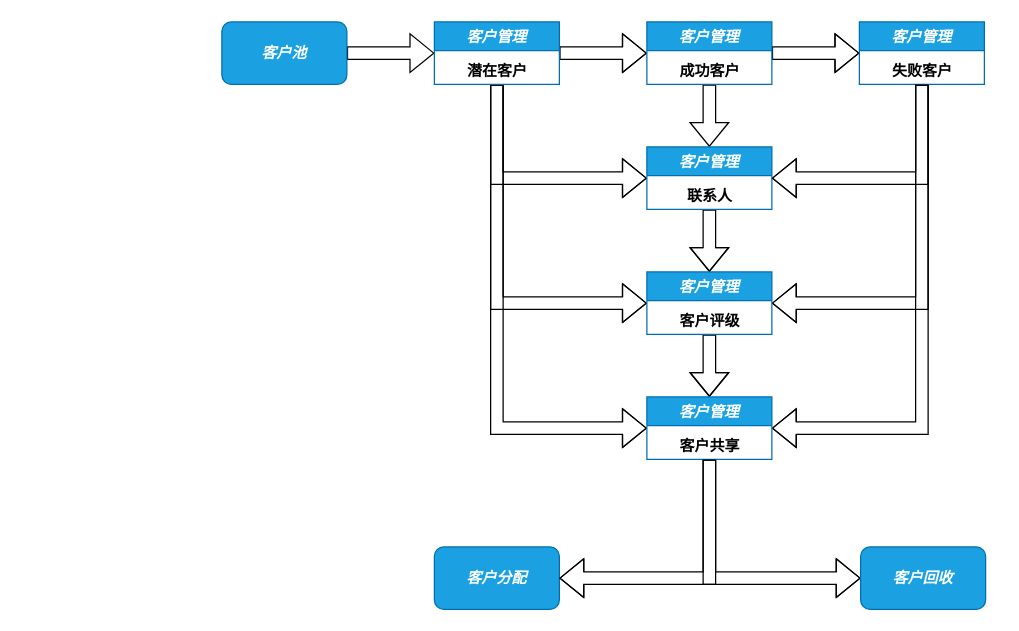
Earlier version of the draw.io diagram page "客户管理" (2 of 3) of Untitled Diagram.drawio (rosickyli/Oracle_function). Source tidied: cells renumbered, new cells numbered last; positions are measured from the earlier drawing's top-left corner, leaving out a move shared by most shapes. Both pictures are drawn from the tidied source at 125%, with x=0, y=0 at pixel (221, 21).
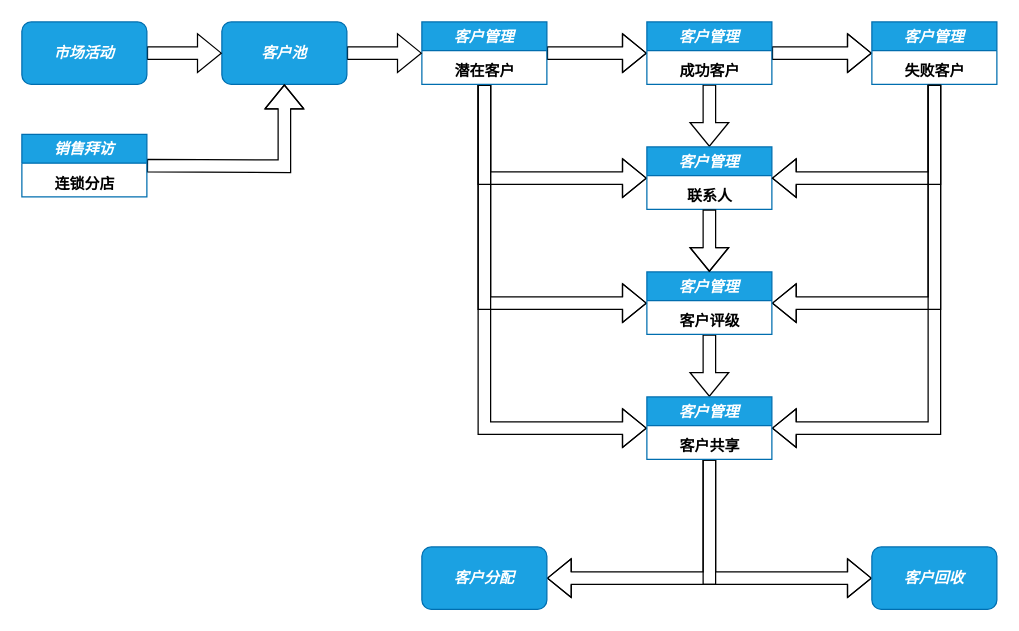
The same page after the edit.

The change refers to these unchanged cells:
```xml
<mxCell id="8" value="&lt;b&gt;潜在客户&lt;/b&gt;" style="text;html=1;align=center;verticalAlign=middle;points=[];strokeColor=none;fillColor=none;" parent="7" vertex="1">
  <mxGeometry x="20" y="30" width="60" height="20" as="geometry" />
</mxCell>
<mxCell id="11" value="客户管理" style="swimlane;fontStyle=3;fillColor=#1ba1e2;strokeColor=#006EAF;fontColor=#ffffff;" parent="1" vertex="1">
  <mxGeometry x="340" width="100" height="50" as="geometry" />
</mxCell>
<mxCell id="16" value="&lt;b&gt;失败客户&lt;/b&gt;" style="text;html=1;align=center;verticalAlign=middle;points=[];strokeColor=none;fillColor=none;" parent="15" vertex="1">
  <mxGeometry x="20" y="30" width="60" height="20" as="geometry" />
</mxCell>
<mxCell id="18" value="客户管理" style="swimlane;fontStyle=3;fillColor=#1ba1e2;strokeColor=#006EAF;fontColor=#ffffff;" parent="1" vertex="1">
  <mxGeometry x="340" y="100" width="100" height="50" as="geometry" />
</mxCell>
<mxCell id="19" value="&lt;b&gt;联系人&lt;/b&gt;" style="text;html=1;align=center;verticalAlign=middle;points=[];strokeColor=none;fillColor=none;" parent="18" vertex="1">
  <mxGeometry x="25" y="30" width="50" height="20" as="geometry" />
</mxCell>
<mxCell id="24" value="客户管理" style="swimlane;fontStyle=3;fillColor=#1ba1e2;strokeColor=#006EAF;fontColor=#ffffff;" parent="1" vertex="1">
  <mxGeometry x="340" y="300" width="100" height="50" as="geometry" />
</mxCell>
<mxCell id="25" value="&lt;b&gt;客户共享&lt;/b&gt;" style="text;html=1;align=center;verticalAlign=middle;points=[];strokeColor=none;fillColor=none;" parent="24" vertex="1">
  <mxGeometry x="20" y="30" width="60" height="20" as="geometry" />
</mxCell>
<mxCell id="30" value="客户池" style="rounded=1;whiteSpace=wrap;html=1;fontColor=#ffffff;fillColor=#1ba1e2;strokeColor=#006EAF;fontStyle=3;" parent="1" vertex="1">
  <mxGeometry width="100" height="50" as="geometry" />
</mxCell>
```

Diff of the diagram source:
```diff
@@
-    <mxCell id="2" style="edgeStyle=orthogonalEdgeStyle;shape=flexArrow;rounded=0;orthogonalLoop=1;jettySize=auto;html=1;" parent="1" edge="1">
-      <mxGeometry relative="1" as="geometry">
-        <mxPoint x="100" y="25" as="sourcePoint" />
-        <mxPoint x="170" y="25" as="targetPoint" />
-      </mxGeometry>
-    </mxCell>
@@
     <mxCell id="4" style="edgeStyle=orthogonalEdgeStyle;shape=flexArrow;rounded=0;jettySize=auto;html=1;entryX=0;entryY=0.5;entryDx=0;entryDy=0;" parent="1" edge="1" source="7" target="21">
       <mxGeometry relative="1" as="geometry">
         <Array as="points">
-          <mxPoint x="220" y="225" />
+          <mxPoint x="210" y="225" />
         </Array>
       </mxGeometry>
     </mxCell>
     <mxCell id="5" style="edgeStyle=orthogonalEdgeStyle;shape=flexArrow;rounded=0;jettySize=auto;html=1;entryX=0;entryY=0.5;entryDx=0;entryDy=0;" parent="1" edge="1" source="7" target="24">
       <mxGeometry relative="1" as="geometry">
         <Array as="points">
-          <mxPoint x="220" y="325" />
+          <mxPoint x="210" y="325" />
         </Array>
       </mxGeometry>
     </mxCell>
-    <mxCell id="6" style="edgeStyle=orthogonalEdgeStyle;shape=flexArrow;rounded=0;jettySize=auto;html=1;entryX=0;entryY=0.5;entryDx=0;entryDy=0;" parent="1" edge="1" source="7" target="18">
+    <mxCell id="6" style="edgeStyle=orthogonalEdgeStyle;shape=flexArrow;rounded=0;jettySize=auto;html=1;entryX=0;entryY=0.5;entryDx=0;entryDy=0;exitX=0.5;exitY=1;exitDx=0;exitDy=0;exitPerimeter=0;" parent="1" edge="1" source="8" target="18">
       <mxGeometry relative="1" as="geometry">
         <Array as="points">
-          <mxPoint x="220" y="125" />
+          <mxPoint x="210" y="125" />
         </Array>
       </mxGeometry>
     </mxCell>
     <mxCell id="7" value="客户管理" style="swimlane;fontStyle=3;fillColor=#1ba1e2;strokeColor=#006EAF;fontColor=#ffffff;" parent="1" vertex="1">
-      <mxGeometry x="170" width="100" height="50" as="geometry" />
+      <mxGeometry x="160" width="100" height="50" as="geometry" />
     </mxCell>
@@
     <mxCell id="9" style="edgeStyle=orthogonalEdgeStyle;shape=flexArrow;rounded=0;jettySize=auto;html=1;" parent="1" edge="1" source="11">
       <mxGeometry relative="1" as="geometry">
-        <mxPoint x="510" y="25" as="targetPoint" />
+        <mxPoint x="520" y="25" as="targetPoint" />
       </mxGeometry>
     </mxCell>
@@
-    <mxCell id="13" style="edgeStyle=orthogonalEdgeStyle;shape=flexArrow;rounded=0;jettySize=auto;html=1;entryX=1;entryY=0.5;entryDx=0;entryDy=0;" parent="1" edge="1" source="15" target="21">
+    <mxCell id="13" style="edgeStyle=orthogonalEdgeStyle;shape=flexArrow;rounded=0;jettySize=auto;html=1;" parent="1" edge="1" source="15">
       <mxGeometry relative="1" as="geometry">
+        <mxPoint x="440" y="225" as="targetPoint" />
         <Array as="points">
-          <mxPoint x="560" y="225" />
+          <mxPoint x="570" y="225" />
         </Array>
       </mxGeometry>
     </mxCell>
-    <mxCell id="14" style="edgeStyle=orthogonalEdgeStyle;shape=flexArrow;rounded=0;jettySize=auto;html=1;entryX=1;entryY=0.5;entryDx=0;entryDy=0;" parent="1" edge="1" source="15" target="24">
+    <mxCell id="14" style="edgeStyle=orthogonalEdgeStyle;shape=flexArrow;rounded=0;jettySize=auto;html=1;" parent="1" edge="1" source="15">
       <mxGeometry relative="1" as="geometry">
+        <mxPoint x="440" y="325" as="targetPoint" />
         <Array as="points">
-          <mxPoint x="560" y="325" />
+          <mxPoint x="570" y="325" />
         </Array>
       </mxGeometry>
     </mxCell>
     <mxCell id="15" value="客户管理" style="swimlane;fontStyle=3;fillColor=#1ba1e2;strokeColor=#006EAF;fontColor=#ffffff;" parent="1" vertex="1">
-      <mxGeometry x="510" width="100" height="50" as="geometry" />
+      <mxGeometry x="520" width="100" height="50" as="geometry" />
     </mxCell>
@@
-    <mxCell id="17" style="edgeStyle=orthogonalEdgeStyle;shape=flexArrow;rounded=0;jettySize=auto;html=1;" parent="1" edge="1" source="18">
-      <mxGeometry relative="1" as="geometry">
-        <mxPoint x="390" y="200" as="targetPoint" />
-      </mxGeometry>
-    </mxCell>
@@
-    <mxCell id="20" style="edgeStyle=orthogonalEdgeStyle;shape=flexArrow;rounded=0;jettySize=auto;html=1;" parent="1" edge="1" source="21">
-      <mxGeometry relative="1" as="geometry">
-        <mxPoint x="390" y="300" as="targetPoint" />
-      </mxGeometry>
-    </mxCell>
+    <mxCell id="31" style="edgeStyle=orthogonalEdgeStyle;shape=flexArrow;rounded=0;jettySize=auto;html=1;entryX=0.5;entryY=0;entryDx=0;entryDy=0;" parent="1" edge="1" source="21" target="24">
+      <mxGeometry relative="1" as="geometry" />
+    </mxCell>
-    <mxCell id="21" value="客户管理" style="swimlane;fontStyle=3;fillColor=#1ba1e2;strokeColor=#006EAF;fontColor=#ffffff;" parent="1" vertex="1">
+    <mxCell id="21" value="客户管理" style="swimlane;fontStyle=3;fillColor=#1ba1e2;strokeColor=#006EAF;fontColor=#ffffff;startSize=23;" parent="1" vertex="1">
       <mxGeometry x="340" y="200" width="100" height="50" as="geometry" />
     </mxCell>
@@
+    <mxCell id="32" style="edgeStyle=orthogonalEdgeStyle;rounded=0;jettySize=auto;html=1;entryX=1;entryY=0.5;entryDx=0;entryDy=0;shape=flexArrow;" parent="1" edge="1" source="24" target="27">
+      <mxGeometry relative="1" as="geometry">
+        <Array as="points">
+          <mxPoint x="390" y="445" />
+        </Array>
+      </mxGeometry>
+    </mxCell>
@@
-    <mxCell id="26" style="edgeStyle=orthogonalEdgeStyle;shape=flexArrow;rounded=0;jettySize=auto;html=1;entryX=1;entryY=0.5;entryDx=0;entryDy=0;" parent="1" edge="1" source="16" target="18">
+    <mxCell id="26" style="edgeStyle=orthogonalEdgeStyle;shape=flexArrow;rounded=0;jettySize=auto;html=1;" parent="1" edge="1" source="16">
       <mxGeometry relative="1" as="geometry">
+        <mxPoint x="440" y="125" as="targetPoint" />
         <Array as="points">
-          <mxPoint x="560" y="125" />
+          <mxPoint x="570" y="125" />
         </Array>
       </mxGeometry>
     </mxCell>
     <mxCell id="27" value="客户分配" style="rounded=1;whiteSpace=wrap;html=1;fontColor=#ffffff;fillColor=#1ba1e2;strokeColor=#006EAF;fontStyle=3;" parent="1" vertex="1">
-      <mxGeometry x="170" y="420" width="100" height="50" as="geometry" />
+      <mxGeometry x="160" y="420" width="100" height="50" as="geometry" />
     </mxCell>
     <mxCell id="28" value="客户回收" style="rounded=1;whiteSpace=wrap;html=1;fontColor=#ffffff;fillColor=#1ba1e2;strokeColor=#006EAF;fontStyle=3;" parent="1" vertex="1">
-      <mxGeometry x="511" y="420" width="100" height="50" as="geometry" />
+      <mxGeometry x="520" y="420" width="100" height="50" as="geometry" />
     </mxCell>
-    <mxCell id="29" style="edgeStyle=orthogonalEdgeStyle;shape=flexArrow;rounded=0;jettySize=auto;html=1;entryX=1;entryY=0.5;entryDx=0;entryDy=0;" parent="1" edge="1" source="25" target="27">
-      <mxGeometry relative="1" as="geometry">
-        <Array as="points">
-          <mxPoint x="390" y="445" />
-        </Array>
-      </mxGeometry>
-    </mxCell>
+    <mxCell id="33" style="edgeStyle=orthogonalEdgeStyle;shape=flexArrow;rounded=0;jettySize=auto;html=1;entryX=0;entryY=0.5;entryDx=0;entryDy=0;" parent="1" edge="1" source="30" target="7">
+      <mxGeometry relative="1" as="geometry" />
+    </mxCell>
@@
+    <mxCell id="34" style="edgeStyle=orthogonalEdgeStyle;shape=flexArrow;rounded=0;jettySize=auto;html=1;" parent="1" edge="1" source="19">
+      <mxGeometry relative="1" as="geometry">
+        <mxPoint x="390" y="200" as="targetPoint" />
+      </mxGeometry>
+    </mxCell>
+    <mxCell id="35" style="edgeStyle=orthogonalEdgeStyle;shape=flexArrow;rounded=0;jettySize=auto;html=1;" parent="1" edge="1" source="36" target="30">
+      <mxGeometry relative="1" as="geometry" />
+    </mxCell>
+    <mxCell id="36" value="市场活动" style="rounded=1;whiteSpace=wrap;html=1;fontColor=#ffffff;fillColor=#1ba1e2;strokeColor=#006EAF;fontStyle=3;" parent="1" vertex="1">
+      <mxGeometry x="-160" width="100" height="50" as="geometry" />
+    </mxCell>
+    <mxCell id="37" style="edgeStyle=orthogonalEdgeStyle;shape=flexArrow;rounded=0;jettySize=auto;html=1;entryX=0.5;entryY=1;entryDx=0;entryDy=0;" parent="1" edge="1" target="30">
+      <mxGeometry relative="1" as="geometry">
+        <mxPoint x="-60" y="115" as="sourcePoint" />
+      </mxGeometry>
+    </mxCell>
+    <mxCell id="38" value="销售拜访" style="swimlane;fontStyle=3;fillColor=#1ba1e2;strokeColor=#006EAF;fontColor=#ffffff;" parent="1" vertex="1">
+      <mxGeometry x="-160" y="90" width="100" height="50" as="geometry" />
+    </mxCell>
+    <mxCell id="39" value="&lt;span style=&quot;font-weight: 700&quot;&gt;连锁分店&lt;/span&gt;" style="text;html=1;align=center;verticalAlign=middle;strokeColor=none;fillColor=none;" parent="38" vertex="1">
+      <mxGeometry x="20" y="30" width="60" height="20" as="geometry" />
+    </mxCell>
```
